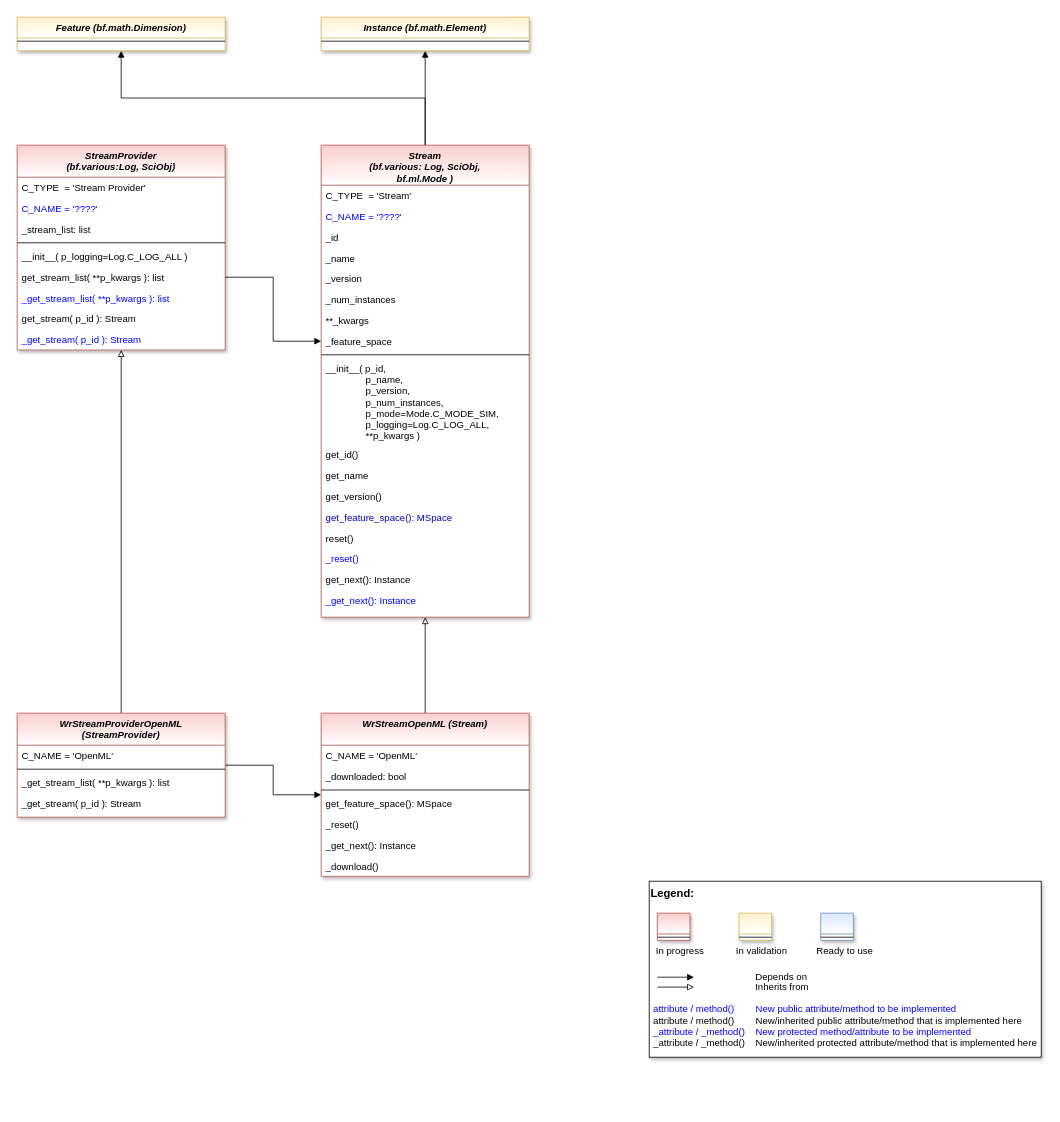
The draw.io diagram doc/rtd/content/append2/core/images/oa/MLPro-OA-Streams_class_diagram.drawio in fhswf/MLPro, before the edit. Source tidied: cells renumbered, new cells numbered last; positions are measured from the earlier drawing's top-left corner, leaving out a move shared by most shapes. Both pictures are drawn from the tidied source at 80%, with x=0, y=0 at pixel (17, 17).
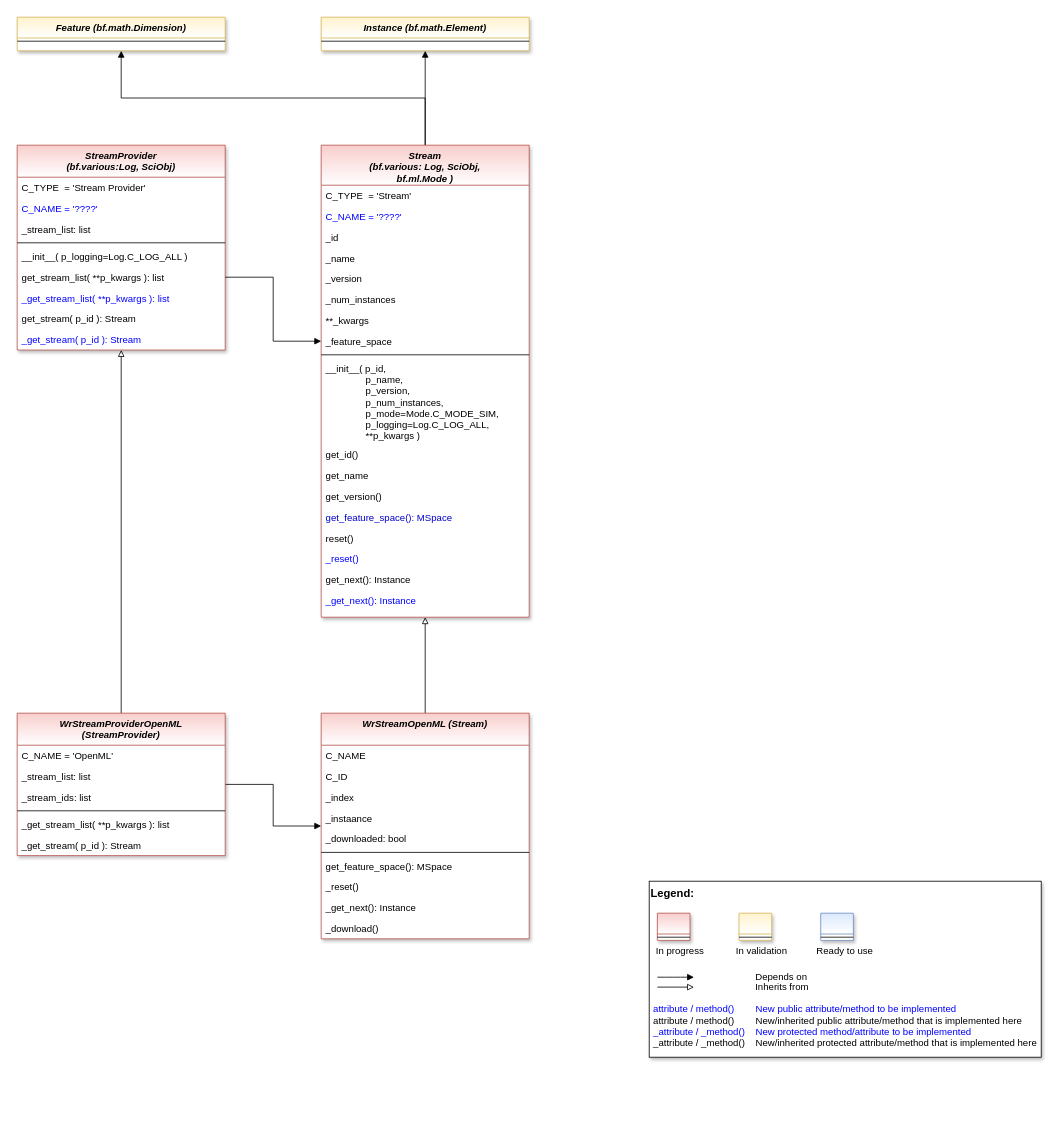
After the change.

Commit message (it also covers changes not shown here):
sklearn wrapper and updated class diagram for online adaptivity

Change to the diagram source:
```diff
@@
     <mxCell id="50" value="WrStreamProviderOpenML&#10;(StreamProvider)" style="swimlane;fontStyle=3;align=center;verticalAlign=top;horizontal=1;startSize=40;rounded=0;shadow=1;strokeWidth=1;fillColor=#f8cecc;strokeColor=#b85450;swimlaneFillColor=#ffffff;gradientColor=#ffffff;" parent="1" vertex="1">
-      <mxGeometry y="870" width="260" height="130" as="geometry" />
+      <mxGeometry y="870" width="260" height="178" as="geometry" />
     </mxCell>
@@
+    <mxCell id="64" value="_stream_list: list" style="text;align=left;verticalAlign=top;spacingLeft=4;spacingRight=4;overflow=hidden;fontColor=default;" parent="50" vertex="1">
+      <mxGeometry y="66" width="260" height="26" as="geometry" />
+    </mxCell>
+    <mxCell id="65" value="_stream_ids: list" style="text;align=left;verticalAlign=top;spacingLeft=4;spacingRight=4;overflow=hidden;fontColor=default;" parent="50" vertex="1">
+      <mxGeometry y="92" width="260" height="26" as="geometry" />
+    </mxCell>
     <mxCell id="52" style="line;html=1;strokeWidth=1;align=left;verticalAlign=middle;spacingTop=-1;spacingLeft=3;spacingRight=3;labelPosition=right;" parent="50" vertex="1">
-      <mxGeometry y="66" width="260" height="8" as="geometry" />
+      <mxGeometry y="118" width="260" height="8" as="geometry" />
     </mxCell>
     <mxCell id="53" value="_get_stream_list( **p_kwargs ): list" style="text;align=left;verticalAlign=top;spacingLeft=4;spacingRight=4;overflow=hidden;fontColor=default;" parent="50" vertex="1">
-      <mxGeometry y="74" width="260" height="26" as="geometry" />
+      <mxGeometry y="126" width="260" height="26" as="geometry" />
     </mxCell>
     <mxCell id="54" value="_get_stream( p_id ): Stream " style="text;align=left;verticalAlign=top;spacingLeft=4;spacingRight=4;overflow=hidden;fontColor=default;" parent="50" vertex="1">
-      <mxGeometry y="100" width="260" height="26" as="geometry" />
+      <mxGeometry y="152" width="260" height="26" as="geometry" />
     </mxCell>
@@
     <mxCell id="56" value="WrStreamOpenML (Stream)" style="swimlane;fontStyle=3;align=center;verticalAlign=top;horizontal=1;startSize=40;rounded=0;shadow=1;strokeWidth=1;fillColor=#f8cecc;strokeColor=#b85450;swimlaneFillColor=#ffffff;gradientColor=#ffffff;" parent="1" vertex="1">
-      <mxGeometry x="380" y="870" width="260" height="204" as="geometry" />
+      <mxGeometry x="380" y="870" width="260" height="282" as="geometry" />
     </mxCell>
-    <mxCell id="57" value="C_NAME = 'OpenML'" style="text;align=left;verticalAlign=top;spacingLeft=4;spacingRight=4;overflow=hidden;fontColor=default;" parent="56" vertex="1">
+    <mxCell id="57" value="C_NAME " style="text;align=left;verticalAlign=top;spacingLeft=4;spacingRight=4;overflow=hidden;fontColor=default;" parent="56" vertex="1">
       <mxGeometry y="40" width="260" height="26" as="geometry" />
     </mxCell>
+    <mxCell id="66" value="C_ID" style="text;align=left;verticalAlign=top;spacingLeft=4;spacingRight=4;overflow=hidden;fontColor=default;" parent="56" vertex="1">
+      <mxGeometry y="66" width="260" height="26" as="geometry" />
+    </mxCell>
+    <mxCell id="67" value="_index" style="text;align=left;verticalAlign=top;spacingLeft=4;spacingRight=4;overflow=hidden;fontColor=default;" parent="56" vertex="1">
+      <mxGeometry y="92" width="260" height="26" as="geometry" />
+    </mxCell>
+    <mxCell id="68" value="_instaance" style="text;align=left;verticalAlign=top;spacingLeft=4;spacingRight=4;overflow=hidden;fontColor=default;" parent="56" vertex="1">
+      <mxGeometry y="118" width="260" height="26" as="geometry" />
+    </mxCell>
     <mxCell id="58" value="_downloaded: bool" style="text;align=left;verticalAlign=top;spacingLeft=4;spacingRight=4;overflow=hidden;fontColor=default;" parent="56" vertex="1">
-      <mxGeometry y="66" width="260" height="26" as="geometry" />
+      <mxGeometry y="144" width="260" height="26" as="geometry" />
     </mxCell>
     <mxCell id="59" style="line;html=1;strokeWidth=1;align=left;verticalAlign=middle;spacingTop=-1;spacingLeft=3;spacingRight=3;labelPosition=right;" parent="56" vertex="1">
-      <mxGeometry y="92" width="260" height="8" as="geometry" />
+      <mxGeometry y="170" width="260" height="8" as="geometry" />
     </mxCell>
     <mxCell id="60" value="get_feature_space(): MSpace" style="text;align=left;verticalAlign=top;spacingLeft=4;spacingRight=4;overflow=hidden;fontColor=default;" parent="56" vertex="1">
-      <mxGeometry y="100" width="260" height="26" as="geometry" />
+      <mxGeometry y="178" width="260" height="26" as="geometry" />
     </mxCell>
     <mxCell id="61" value="_reset()" style="text;align=left;verticalAlign=top;spacingLeft=4;spacingRight=4;overflow=hidden;fontColor=default;" parent="56" vertex="1">
-      <mxGeometry y="126" width="260" height="26" as="geometry" />
+      <mxGeometry y="204" width="260" height="26" as="geometry" />
     </mxCell>
     <mxCell id="62" value="_get_next(): Instance" style="text;align=left;verticalAlign=top;spacingLeft=4;spacingRight=4;overflow=hidden;fontColor=default;" parent="56" vertex="1">
-      <mxGeometry y="152" width="260" height="26" as="geometry" />
+      <mxGeometry y="230" width="260" height="26" as="geometry" />
     </mxCell>
     <mxCell id="63" value="_download()" style="text;align=left;verticalAlign=top;spacingLeft=4;spacingRight=4;overflow=hidden;fontColor=default;" parent="56" vertex="1">
-      <mxGeometry y="178" width="260" height="26" as="geometry" />
+      <mxGeometry y="256" width="260" height="26" as="geometry" />
     </mxCell>
```
